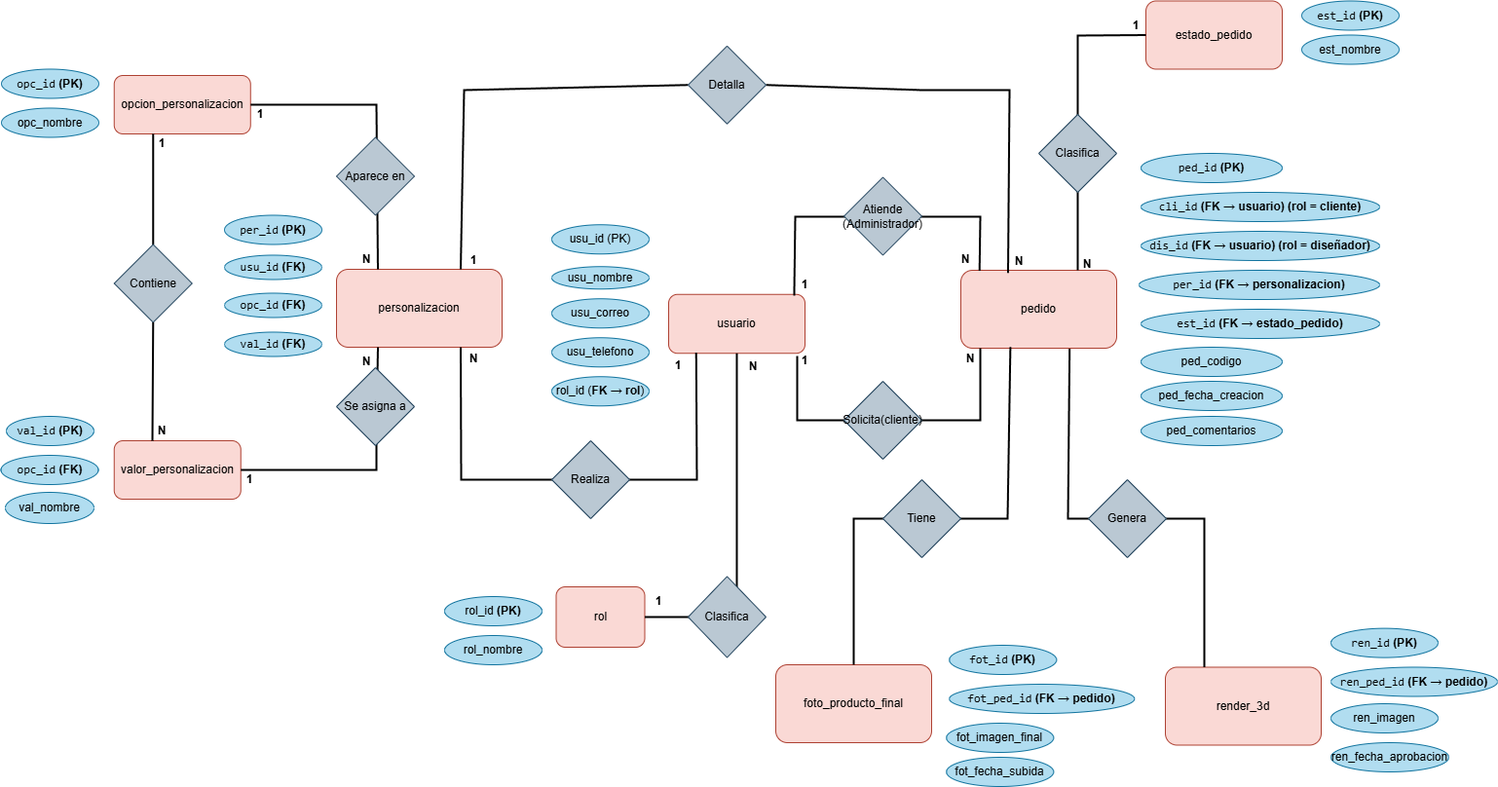
The draw.io diagram Trimestre 3/8. Diagrama Entidad Relacion.drawio.png in Natalia0404/ProyectoBrisasGems, before a commit. Source tidied: cells renumbered, new cells last; positions are measured from the earlier drawing's top-left corner, leaving out a move shared by most shapes.
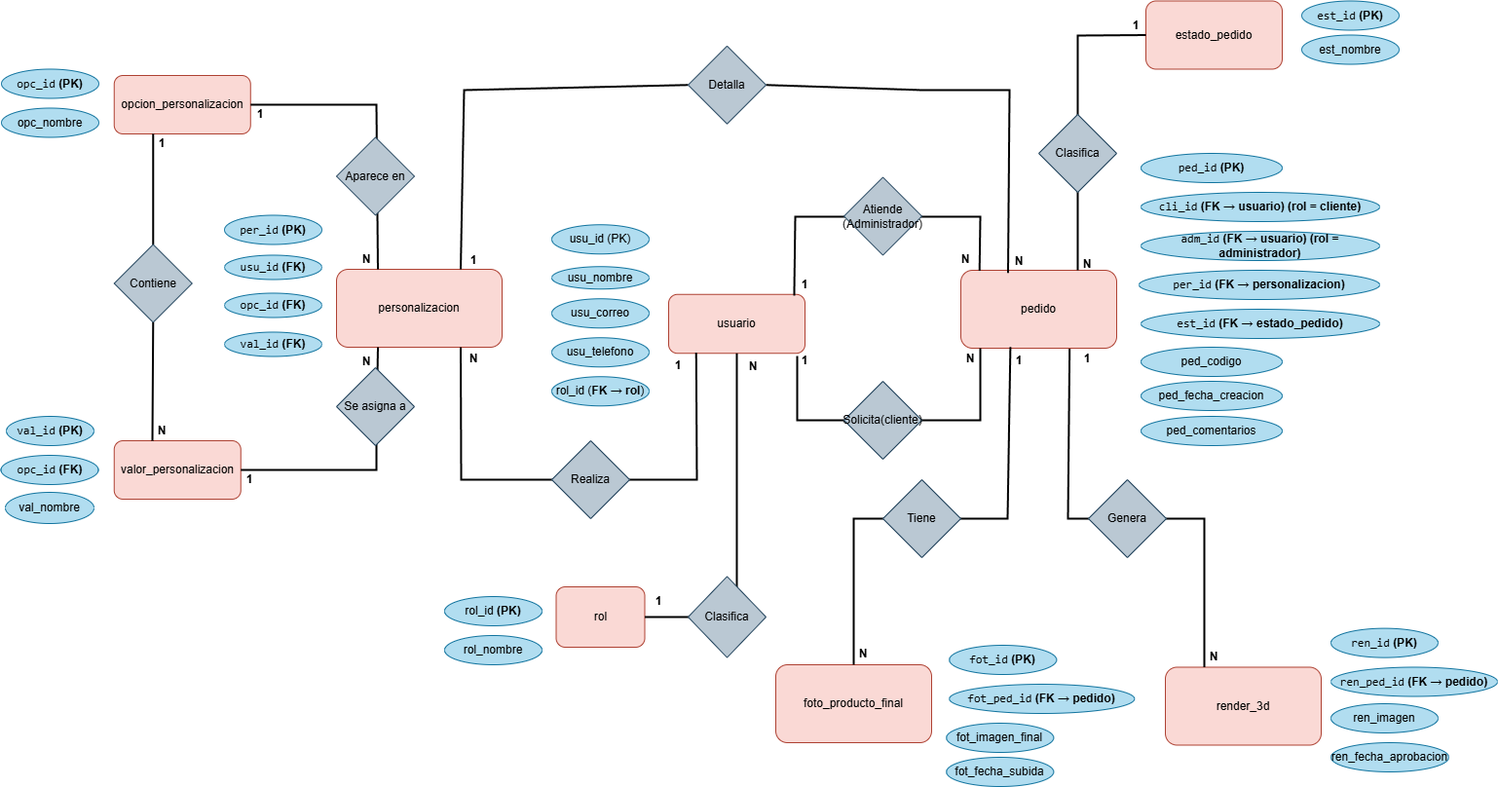
The same diagram one commit later.

The edit, as a diff of the source:
```diff
@@ -68,7 +68,7 @@
     <mxCell id="22" value="&lt;code&gt;ren_ped_id&lt;/code&gt; &lt;strong&gt;(FK → pedido)&lt;/strong&gt;" style="ellipse;whiteSpace=wrap;html=1;fillColor=#b1ddf0;strokeColor=#10739e;" parent="1" vertex="1">
       <mxGeometry x="1366" y="684.5" width="171" height="30" as="geometry" />
     </mxCell>
-    <mxCell id="23" value="&lt;code&gt;dis_id&lt;/code&gt; &lt;strong&gt;(FK → usuario) (rol = diseñador)&lt;/strong&gt;" style="ellipse;whiteSpace=wrap;html=1;fillColor=#b1ddf0;strokeColor=#10739e;" parent="1" vertex="1">
+    <mxCell id="23" value="&lt;code&gt;adm_id&lt;/code&gt; &lt;strong&gt;(FK → usuario) (rol = administrador)&lt;/strong&gt;" style="ellipse;whiteSpace=wrap;html=1;fillColor=#b1ddf0;strokeColor=#10739e;" parent="1" vertex="1">
       <mxGeometry x="1171" y="237" width="245" height="30" as="geometry" />
     </mxCell>
     <mxCell id="24" value="&lt;code&gt;per_id&lt;/code&gt;&amp;nbsp;&lt;b&gt;(FK → personalizacion)&lt;/b&gt;" style="ellipse;whiteSpace=wrap;html=1;fillColor=#b1ddf0;strokeColor=#10739e;" parent="1" vertex="1">
@@ -323,5 +323,17 @@
     <mxCell id="88" value="Genera" style="rhombus;whiteSpace=wrap;html=1;fillColor=#bac8d3;strokeColor=#23445d;" parent="1" vertex="1">
       <mxGeometry x="1117" y="492" width="80" height="80" as="geometry" />
     </mxCell>
+    <mxCell id="89" value="&lt;b&gt;1&lt;/b&gt;" style="text;html=1;align=center;verticalAlign=middle;whiteSpace=wrap;rounded=0;" parent="1" vertex="1">
+      <mxGeometry x="1026" y="360.2" width="40" height="19.8" as="geometry" />
+    </mxCell>
+    <mxCell id="90" value="&lt;b&gt;1&lt;/b&gt;" style="text;html=1;align=center;verticalAlign=middle;whiteSpace=wrap;rounded=0;" parent="1" vertex="1">
+      <mxGeometry x="1096" y="357.9" width="40" height="19.8" as="geometry" />
+    </mxCell>
+    <mxCell id="91" value="&lt;b&gt;N&lt;/b&gt;" style="text;html=1;align=center;verticalAlign=middle;whiteSpace=wrap;rounded=0;" parent="1" vertex="1">
+      <mxGeometry x="866" y="660.5" width="40" height="21.5" as="geometry" />
+    </mxCell>
+    <mxCell id="92" value="&lt;b&gt;N&lt;/b&gt;" style="text;html=1;align=center;verticalAlign=middle;whiteSpace=wrap;rounded=0;" parent="1" vertex="1">
+      <mxGeometry x="1226" y="663" width="40" height="21.5" as="geometry" />
+    </mxCell>
   </root>
 </mxGraphModel>
```
